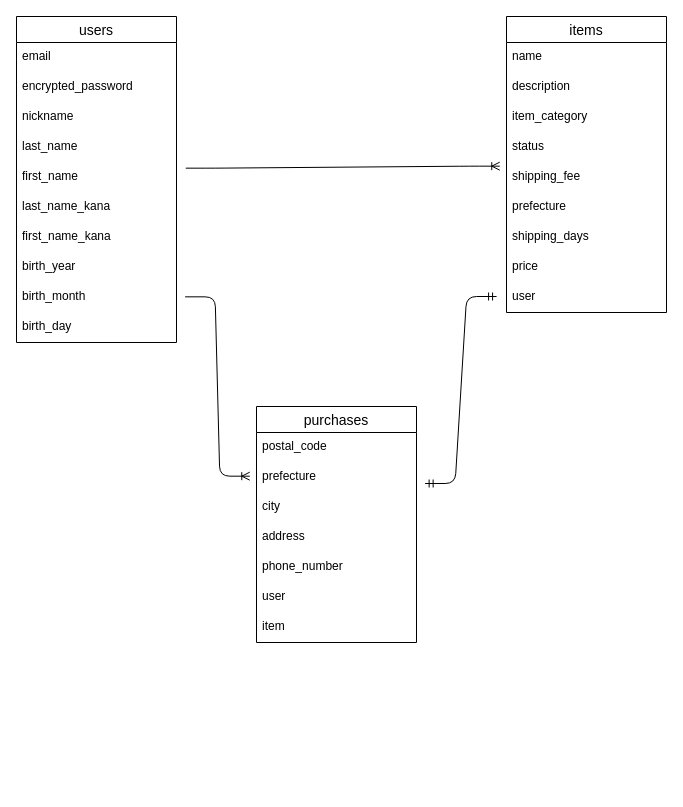
The draw.io diagram er_diagram.dio in Matt19950109/furima-39439, before the edit. Source tidied: cells renumbered, new cells numbered last; positions are measured from the earlier drawing's top-left corner, leaving out a move shared by most shapes. Both pictures are drawn from the tidied source at 100%, with x=0, y=0 at pixel (16, 16).
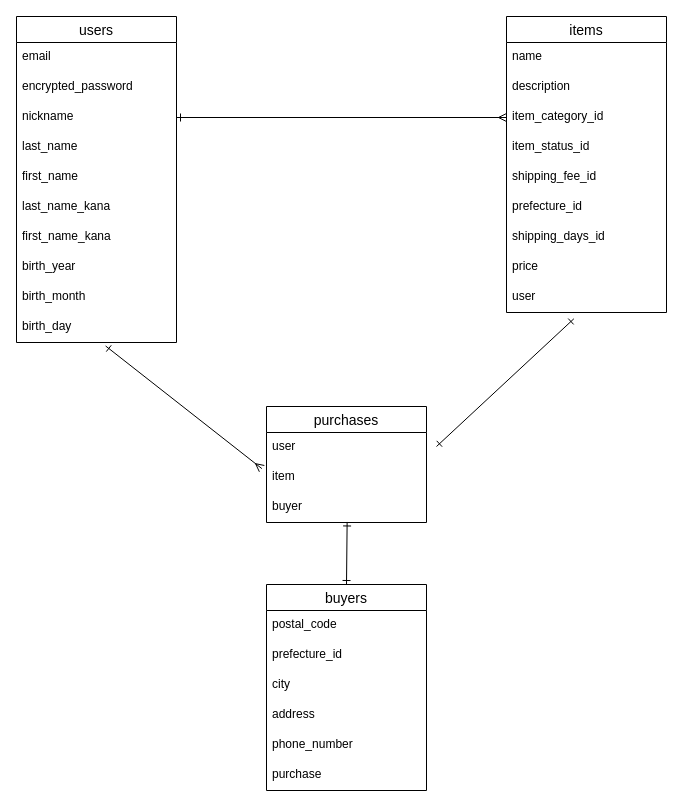
The same diagram, later.

Commit message (it also covers changes not shown here):
カラム名、テーブル設計図の変更(詳細はdescription参照)

・テーブルのカラム名をactive_hash仕様の名称に変更(末尾に「_id」)を記述
・住所(buyersテーブル)と購入履歴(purchasesテーブル)を分割したことに伴うER図、テーブル設計の変更

The change refers to these unchanged cells:
```xml
<mxCell id="5" value="nickname" style="text;strokeColor=none;fillColor=none;spacingLeft=4;spacingRight=4;overflow=hidden;points=[[0,0.5],[1,0.5]];portConstraint=eastwest;fontSize=12;" parent="2" vertex="1">
  <mxGeometry y="86" width="160" height="30" as="geometry" />
</mxCell>
<mxCell id="7" value="first_name" style="text;strokeColor=none;fillColor=none;spacingLeft=4;spacingRight=4;overflow=hidden;points=[[0,0.5],[1,0.5]];portConstraint=eastwest;fontSize=12;" parent="2" vertex="1">
  <mxGeometry y="146" width="160" height="30" as="geometry" />
</mxCell>
<mxCell id="11" value="birth_month" style="text;strokeColor=none;fillColor=none;spacingLeft=4;spacingRight=4;overflow=hidden;points=[[0,0.5],[1,0.5]];portConstraint=eastwest;fontSize=12;" parent="2" vertex="1">
  <mxGeometry y="266" width="160" height="30" as="geometry" />
</mxCell>
<mxCell id="12" value="birth_day" style="text;strokeColor=none;fillColor=none;spacingLeft=4;spacingRight=4;overflow=hidden;points=[[0,0.5],[1,0.5]];portConstraint=eastwest;fontSize=12;" parent="2" vertex="1">
  <mxGeometry y="296" width="160" height="30" as="geometry" />
</mxCell>
<mxCell id="13" value="items" style="swimlane;fontStyle=0;horizontal=1;startSize=26;align=center;fontSize=14;" parent="1" vertex="1">
  <mxGeometry x="490" width="160" height="296" as="geometry" />
</mxCell>
<mxCell id="22" value="user" style="text;strokeColor=none;fillColor=none;spacingLeft=4;spacingRight=4;overflow=hidden;points=[[0,0.5],[1,0.5]];portConstraint=eastwest;fontSize=12;" parent="13" vertex="1">
  <mxGeometry y="266" width="160" height="30" as="geometry" />
</mxCell>
<mxCell id="26" value="city" style="text;strokeColor=none;fillColor=none;spacingLeft=4;spacingRight=4;overflow=hidden;points=[[0,0.5],[1,0.5]];portConstraint=eastwest;fontSize=12;" parent="23" vertex="1">
  <mxGeometry y="86" width="160" height="30" as="geometry" />
</mxCell>
```

What changed in the source:
```diff
@@
+    <mxCell id="34" style="html=1;startArrow=ERone;startFill=0;endArrow=ERone;endFill=0;exitX=0.504;exitY=0.982;exitDx=0;exitDy=0;exitPerimeter=0;entryX=0.5;entryY=0;entryDx=0;entryDy=0;" parent="1" edge="1" source="37" target="23">
+      <mxGeometry relative="1" as="geometry" />
+    </mxCell>
@@
-    <mxCell id="16" value="item_category" style="text;strokeColor=none;fillColor=none;spacingLeft=4;spacingRight=4;overflow=hidden;points=[[0,0.5],[1,0.5]];portConstraint=eastwest;fontSize=12;" parent="13" vertex="1">
+    <mxCell id="16" value="item_category_id" style="text;strokeColor=none;fillColor=none;spacingLeft=4;spacingRight=4;overflow=hidden;points=[[0,0.5],[1,0.5]];portConstraint=eastwest;fontSize=12;" parent="13" vertex="1">
       <mxGeometry y="86" width="160" height="30" as="geometry" />
     </mxCell>
-    <mxCell id="17" value="status" style="text;strokeColor=none;fillColor=none;spacingLeft=4;spacingRight=4;overflow=hidden;fontSize=12;" parent="13" vertex="1">
+    <mxCell id="17" value="item_status_id" style="text;strokeColor=none;fillColor=none;spacingLeft=4;spacingRight=4;overflow=hidden;fontSize=12;" parent="13" vertex="1">
       <mxGeometry y="116" width="160" height="30" as="geometry" />
     </mxCell>
-    <mxCell id="18" value="shipping_fee" style="text;strokeColor=none;fillColor=none;spacingLeft=4;spacingRight=4;overflow=hidden;points=[[0,0.5],[1,0.5]];portConstraint=eastwest;fontSize=12;" parent="13" vertex="1">
+    <mxCell id="18" value="shipping_fee_id" style="text;strokeColor=none;fillColor=none;spacingLeft=4;spacingRight=4;overflow=hidden;points=[[0,0.5],[1,0.5]];portConstraint=eastwest;fontSize=12;" parent="13" vertex="1">
       <mxGeometry y="146" width="160" height="30" as="geometry" />
     </mxCell>
-    <mxCell id="19" value="prefecture" style="text;strokeColor=none;fillColor=none;spacingLeft=4;spacingRight=4;overflow=hidden;fontSize=12;" parent="13" vertex="1">
+    <mxCell id="19" value="prefecture_id" style="text;strokeColor=none;fillColor=none;spacingLeft=4;spacingRight=4;overflow=hidden;fontSize=12;" parent="13" vertex="1">
       <mxGeometry y="176" width="160" height="30" as="geometry" />
     </mxCell>
-    <mxCell id="20" value="shipping_days" style="text;strokeColor=none;fillColor=none;spacingLeft=4;spacingRight=4;overflow=hidden;fontSize=12;" parent="13" vertex="1">
+    <mxCell id="20" value="shipping_days_id" style="text;strokeColor=none;fillColor=none;spacingLeft=4;spacingRight=4;overflow=hidden;fontSize=12;" parent="13" vertex="1">
       <mxGeometry y="206" width="160" height="30" as="geometry" />
     </mxCell>
@@
-    <mxCell id="23" value="purchases" style="swimlane;fontStyle=0;horizontal=1;startSize=26;align=center;fontSize=14;" parent="1" vertex="1">
-      <mxGeometry x="240" y="390" width="160" height="236" as="geometry" />
+    <mxCell id="23" value="buyers" style="swimlane;fontStyle=0;horizontal=1;startSize=26;align=center;fontSize=14;" parent="1" vertex="1">
+      <mxGeometry x="250" y="568" width="160" height="206" as="geometry" />
     </mxCell>
@@
-    <mxCell id="25" value="prefecture" style="text;strokeColor=none;fillColor=none;spacingLeft=4;spacingRight=4;overflow=hidden;points=[[0,0.5],[1,0.5]];portConstraint=eastwest;fontSize=12;" parent="23" vertex="1">
+    <mxCell id="25" value="prefecture_id" style="text;strokeColor=none;fillColor=none;spacingLeft=4;spacingRight=4;overflow=hidden;points=[[0,0.5],[1,0.5]];portConstraint=eastwest;fontSize=12;" parent="23" vertex="1">
       <mxGeometry y="56" width="160" height="30" as="geometry" />
     </mxCell>
@@
-    <mxCell id="29" value="user" style="text;strokeColor=none;fillColor=none;spacingLeft=4;spacingRight=4;overflow=hidden;fontSize=12;" parent="23" vertex="1">
+    <mxCell id="29" value="purchase" style="text;strokeColor=none;fillColor=none;spacingLeft=4;spacingRight=4;overflow=hidden;fontSize=12;" parent="23" vertex="1">
       <mxGeometry y="176" width="160" height="30" as="geometry" />
     </mxCell>
+    <mxCell id="35" value="purchases" style="swimlane;fontStyle=0;horizontal=1;startSize=26;align=center;fontSize=14;" parent="1" vertex="1">
+      <mxGeometry x="250" y="390" width="160" height="116" as="geometry" />
+    </mxCell>
+    <mxCell id="36" value="user" style="text;strokeColor=none;fillColor=none;spacingLeft=4;spacingRight=4;overflow=hidden;fontSize=12;" parent="35" vertex="1">
+      <mxGeometry y="26" width="160" height="30" as="geometry" />
+    </mxCell>
-    <mxCell id="30" value="item" style="text;strokeColor=none;fillColor=none;spacingLeft=4;spacingRight=4;overflow=hidden;points=[[0,0.5],[1,0.5]];portConstraint=eastwest;fontSize=12;" parent="23" vertex="1">
-      <mxGeometry y="206" width="160" height="30" as="geometry" />
+    <mxCell id="30" value="item" style="text;strokeColor=none;fillColor=none;spacingLeft=4;spacingRight=4;overflow=hidden;points=[[0,0.5],[1,0.5]];portConstraint=eastwest;fontSize=12;" parent="35" vertex="1">
+      <mxGeometry y="56" width="160" height="30" as="geometry" />
     </mxCell>
-    <mxCell id="31" style="edgeStyle=entityRelationEdgeStyle;fontSize=12;html=1;endArrow=ERoneToMany;entryX=-0.042;entryY=0.122;entryDx=0;entryDy=0;entryPerimeter=0;exitX=1.058;exitY=0.189;exitDx=0;exitDy=0;exitPerimeter=0;" parent="1" edge="1" source="7" target="18">
-      <mxGeometry relative="1" as="geometry" />
-    </mxCell>
-    <mxCell id="32" style="edgeStyle=entityRelationEdgeStyle;fontSize=12;html=1;endArrow=ERmandOne;startArrow=ERmandOne;exitX=1.054;exitY=-0.3;exitDx=0;exitDy=0;exitPerimeter=0;entryX=-0.062;entryY=0.467;entryDx=0;entryDy=0;entryPerimeter=0;" parent="1" edge="1" source="26" target="22">
-      <mxGeometry relative="1" as="geometry" />
-    </mxCell>
-    <mxCell id="33" style="edgeStyle=entityRelationEdgeStyle;fontSize=12;html=1;endArrow=ERoneToMany;exitX=1.054;exitY=0.478;exitDx=0;exitDy=0;exitPerimeter=0;entryX=-0.042;entryY=0.456;entryDx=0;entryDy=0;entryPerimeter=0;" parent="1" edge="1" source="11" target="25">
-      <mxGeometry relative="1" as="geometry" />
-    </mxCell>
+    <mxCell id="37" value="buyer" style="text;strokeColor=none;fillColor=none;spacingLeft=4;spacingRight=4;overflow=hidden;points=[[0,0.5],[1,0.5]];portConstraint=eastwest;fontSize=12;" parent="35" vertex="1">
+      <mxGeometry y="86" width="160" height="30" as="geometry" />
+    </mxCell>
+    <mxCell id="38" style="edgeStyle=none;html=1;exitX=1;exitY=0.5;exitDx=0;exitDy=0;entryX=0;entryY=0.5;entryDx=0;entryDy=0;startArrow=ERone;startFill=0;endArrow=ERmany;endFill=0;" parent="1" edge="1" source="5" target="16">
+      <mxGeometry relative="1" as="geometry" />
+    </mxCell>
+    <mxCell id="39" style="edgeStyle=none;html=1;startArrow=ERone;startFill=0;endArrow=ERone;endFill=0;exitX=0.421;exitY=1.209;exitDx=0;exitDy=0;exitPerimeter=0;" parent="1" edge="1" source="22">
+      <mxGeometry relative="1" as="geometry">
+        <mxPoint x="420" y="430" as="targetPoint" />
+      </mxGeometry>
+    </mxCell>
+    <mxCell id="40" style="edgeStyle=none;html=1;entryX=-0.029;entryY=0.204;entryDx=0;entryDy=0;entryPerimeter=0;startArrow=ERone;startFill=0;endArrow=ERmany;endFill=0;exitX=0.557;exitY=1.116;exitDx=0;exitDy=0;exitPerimeter=0;" parent="1" edge="1" source="12" target="30">
+      <mxGeometry relative="1" as="geometry" />
+    </mxCell>
```
